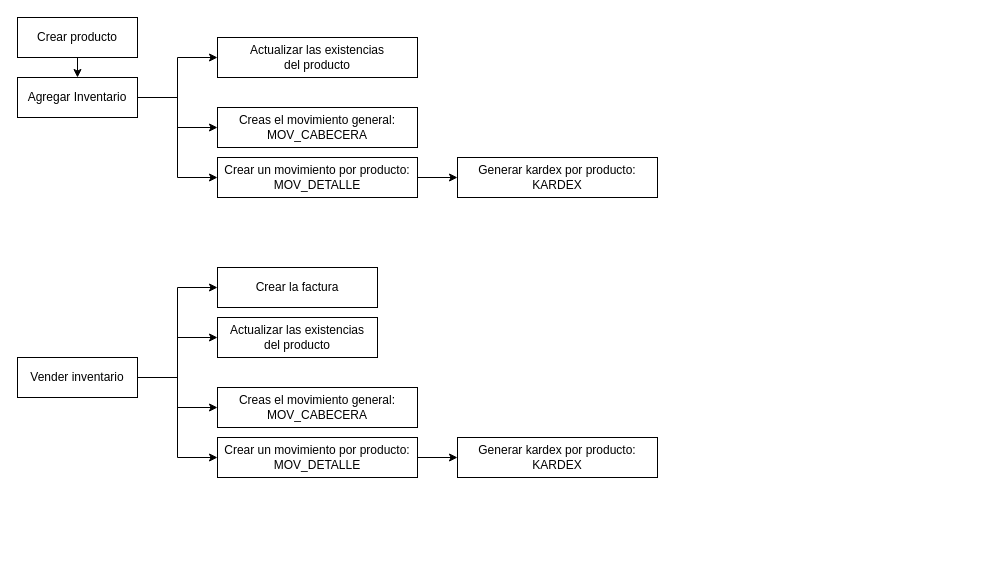
maxi326519/gestor keeps this draw.io diagram as Diagrama sin título.drawio. Above is the earlier version. Source tidied: cells renumbered, new cells numbered last; positions are measured from the earlier drawing's top-left corner, leaving out a move shared by most shapes. Both pictures are drawn from the tidied source at 100%, with x=0, y=0 at pixel (17, 17).
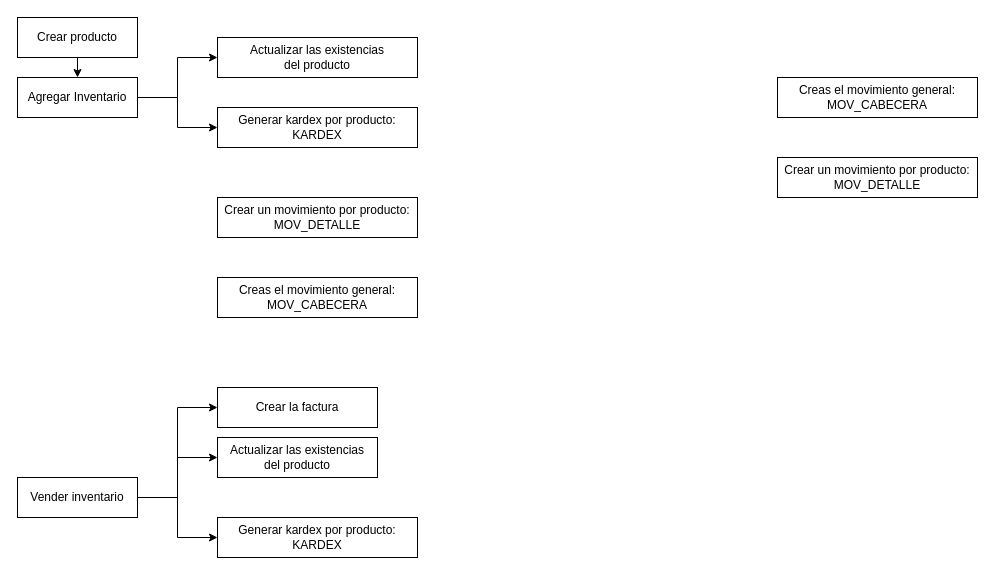
The same diagram, later.

Unchanged cells that the change refers to:
```xml
<mxCell id="5" value="Agregar Inventario" style="rounded=0;whiteSpace=wrap;html=1;" parent="1" vertex="1">
  <mxGeometry y="60" width="120" height="40" as="geometry" />
</mxCell>
```

Change to the diagram source:
```diff
@@
-    <mxCell id="2" style="edgeStyle=orthogonalEdgeStyle;rounded=0;jettySize=auto;html=1;exitX=1;exitY=0.5;exitDx=0;exitDy=0;entryX=0;entryY=0.5;entryDx=0;entryDy=0;" parent="1" edge="1" source="5" target="9">
-      <mxGeometry relative="1" as="geometry" />
-    </mxCell>
-    <mxCell id="3" style="edgeStyle=orthogonalEdgeStyle;rounded=0;jettySize=auto;html=1;exitX=1;exitY=0.5;exitDx=0;exitDy=0;entryX=0;entryY=0.5;entryDx=0;entryDy=0;" parent="1" edge="1" source="5" target="11">
-      <mxGeometry relative="1" as="geometry" />
-    </mxCell>
@@
+    <mxCell id="24" style="edgeStyle=orthogonalEdgeStyle;rounded=0;jettySize=auto;html=1;exitX=1;exitY=0.5;exitDx=0;exitDy=0;entryX=0;entryY=0.5;entryDx=0;entryDy=0;" parent="1" edge="1" source="5" target="8">
+      <mxGeometry relative="1" as="geometry" />
+    </mxCell>
@@
     <mxCell id="8" value="Generar kardex por producto:&lt;br&gt;KARDEX" style="rounded=0;whiteSpace=wrap;html=1;" parent="1" vertex="1">
-      <mxGeometry x="440" y="140" width="200" height="40" as="geometry" />
+      <mxGeometry x="200" y="90" width="200" height="40" as="geometry" />
     </mxCell>
     <mxCell id="9" value="Creas el movimiento general:&lt;br&gt;MOV_CABECERA" style="rounded=0;whiteSpace=wrap;html=1;" parent="1" vertex="1">
-      <mxGeometry x="200" y="90" width="200" height="40" as="geometry" />
+      <mxGeometry x="200" y="260" width="200" height="40" as="geometry" />
     </mxCell>
-    <mxCell id="10" style="edgeStyle=orthogonalEdgeStyle;rounded=0;jettySize=auto;html=1;exitX=1;exitY=0.5;exitDx=0;exitDy=0;entryX=0;entryY=0.5;entryDx=0;entryDy=0;" parent="1" edge="1" source="11" target="8">
-      <mxGeometry relative="1" as="geometry" />
-    </mxCell>
     <mxCell id="11" value="Crear un movimiento por producto:&lt;br&gt;MOV_DETALLE" style="rounded=0;whiteSpace=wrap;html=1;" parent="1" vertex="1">
-      <mxGeometry x="200" y="140" width="200" height="40" as="geometry" />
+      <mxGeometry x="200" y="180" width="200" height="40" as="geometry" />
     </mxCell>
@@
-    <mxCell id="14" style="edgeStyle=orthogonalEdgeStyle;rounded=0;jettySize=auto;html=1;exitX=1;exitY=0.5;exitDx=0;exitDy=0;entryX=0;entryY=0.5;entryDx=0;entryDy=0;" parent="1" edge="1" source="16" target="21">
-      <mxGeometry relative="1" as="geometry" />
-    </mxCell>
-    <mxCell id="15" style="edgeStyle=orthogonalEdgeStyle;rounded=0;jettySize=auto;html=1;exitX=1;exitY=0.5;exitDx=0;exitDy=0;entryX=0;entryY=0.5;entryDx=0;entryDy=0;" parent="1" edge="1" source="16" target="23">
-      <mxGeometry relative="1" as="geometry" />
-    </mxCell>
+    <mxCell id="25" style="edgeStyle=orthogonalEdgeStyle;rounded=0;jettySize=auto;html=1;exitX=1;exitY=0.5;exitDx=0;exitDy=0;entryX=0;entryY=0.5;entryDx=0;entryDy=0;" parent="1" edge="1" source="16" target="20">
+      <mxGeometry relative="1" as="geometry" />
+    </mxCell>
     <mxCell id="16" value="Vender inventario" style="rounded=0;whiteSpace=wrap;html=1;" parent="1" vertex="1">
-      <mxGeometry y="340" width="120" height="40" as="geometry" />
+      <mxGeometry y="460" width="120" height="40" as="geometry" />
     </mxCell>
     <mxCell id="17" value="Crear la factura" style="rounded=0;whiteSpace=wrap;html=1;" parent="1" vertex="1">
-      <mxGeometry x="200" y="250" width="160" height="40" as="geometry" />
+      <mxGeometry x="200" y="370" width="160" height="40" as="geometry" />
     </mxCell>
@@
     <mxCell id="19" value="Actualizar las existencias&lt;br&gt;del producto" style="rounded=0;whiteSpace=wrap;html=1;" parent="1" vertex="1">
-      <mxGeometry x="200" y="300" width="160" height="40" as="geometry" />
+      <mxGeometry x="200" y="420" width="160" height="40" as="geometry" />
     </mxCell>
     <mxCell id="20" value="Generar kardex por producto:&lt;br&gt;KARDEX" style="rounded=0;whiteSpace=wrap;html=1;" parent="1" vertex="1">
-      <mxGeometry x="440" y="420" width="200" height="40" as="geometry" />
+      <mxGeometry x="200" y="500" width="200" height="40" as="geometry" />
     </mxCell>
     <mxCell id="21" value="Creas el movimiento general:&lt;br&gt;MOV_CABECERA" style="rounded=0;whiteSpace=wrap;html=1;" parent="1" vertex="1">
-      <mxGeometry x="200" y="370" width="200" height="40" as="geometry" />
+      <mxGeometry x="760" y="60" width="200" height="40" as="geometry" />
     </mxCell>
-    <mxCell id="22" style="edgeStyle=orthogonalEdgeStyle;rounded=0;jettySize=auto;html=1;exitX=1;exitY=0.5;exitDx=0;exitDy=0;entryX=0;entryY=0.5;entryDx=0;entryDy=0;" parent="1" edge="1" source="23" target="20">
-      <mxGeometry relative="1" as="geometry" />
-    </mxCell>
     <mxCell id="23" value="Crear un movimiento por producto:&lt;br&gt;MOV_DETALLE" style="rounded=0;whiteSpace=wrap;html=1;" parent="1" vertex="1">
-      <mxGeometry x="200" y="420" width="200" height="40" as="geometry" />
+      <mxGeometry x="760" y="140" width="200" height="40" as="geometry" />
     </mxCell>
```
